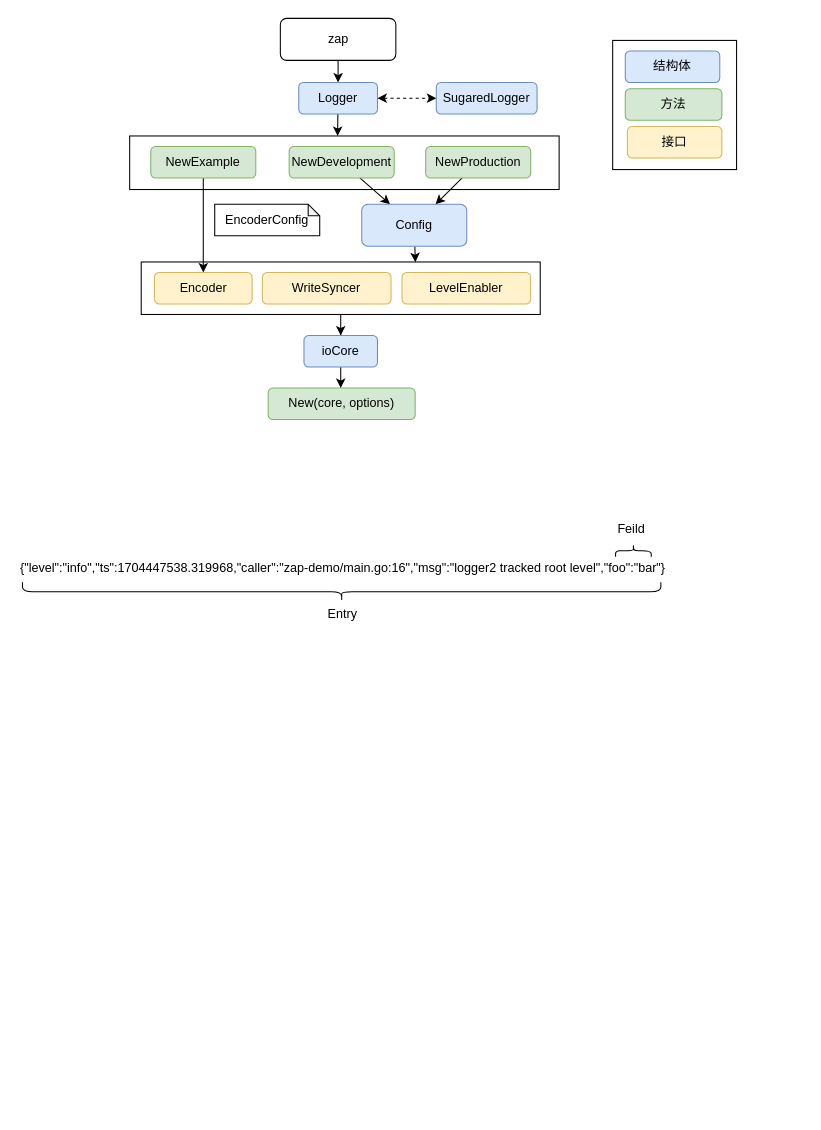
Above: zap.drawio in zhangfuli/draw.io (draw.io), before the change. Source tidied: cells renumbered, new cells numbered last; positions are measured from the earlier drawing's top-left corner, leaving out a move shared by most shapes. Both pictures are drawn from the tidied source at 105%, with x=0, y=0 at pixel (18, 18).
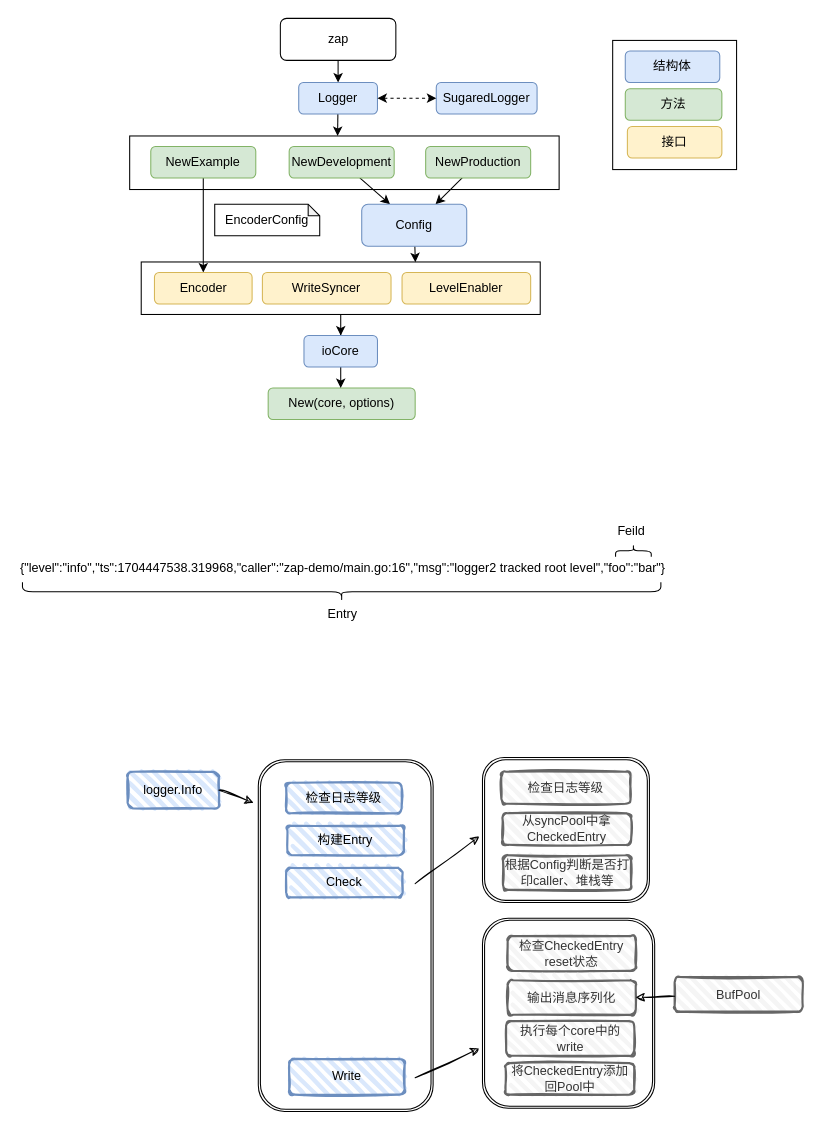
After the change.

Change to the diagram source:
```diff
@@
+    <mxCell id="35" style="shape=ext;double=1;rounded=1;whiteSpace=wrap;html=1;" parent="1" vertex="1">
+      <mxGeometry x="228.5" y="706" width="166.5" height="335" as="geometry" />
+    </mxCell>
+    <mxCell id="36" style="shape=ext;double=1;rounded=1;whiteSpace=wrap;html=1;" parent="1" vertex="1">
+      <mxGeometry x="442" y="857" width="164" height="181" as="geometry" />
+    </mxCell>
+    <mxCell id="37" style="shape=ext;double=1;rounded=1;whiteSpace=wrap;html=1;" parent="1" vertex="1">
+      <mxGeometry x="442" y="704" width="159" height="138" as="geometry" />
+    </mxCell>
@@
     <mxCell id="34" value="Feild" style="text;whiteSpace=wrap;" parent="1" vertex="1">
-      <mxGeometry x="568.7" y="473" width="34.1" height="27.1" as="geometry" />
+      <mxGeometry x="568.7" y="475" width="34.1" height="27.1" as="geometry" />
     </mxCell>
+    <mxCell id="38" value="logger.Info" style="rounded=1;whiteSpace=wrap;html=1;strokeWidth=2;fillWeight=4;hachureGap=8;hachureAngle=45;fillColor=#dae8fc;sketch=1;strokeColor=#6c8ebf;" parent="1" vertex="1">
+      <mxGeometry x="104" y="717.5" width="87" height="35" as="geometry" />
+    </mxCell>
+    <mxCell id="39" value="检查日志等级" style="rounded=1;whiteSpace=wrap;html=1;strokeWidth=2;fillWeight=4;hachureGap=8;hachureAngle=45;fillColor=#dae8fc;sketch=1;strokeColor=#6c8ebf;" parent="1" vertex="1">
+      <mxGeometry x="255" y="728" width="110" height="29" as="geometry" />
+    </mxCell>
+    <mxCell id="40" value="构建Entry" style="rounded=1;whiteSpace=wrap;html=1;strokeWidth=2;fillWeight=4;hachureGap=8;hachureAngle=45;fillColor=#dae8fc;sketch=1;strokeColor=#6c8ebf;" parent="1" vertex="1">
+      <mxGeometry x="256.2" y="769" width="111" height="28" as="geometry" />
+    </mxCell>
+    <mxCell id="41" value="Check" style="rounded=1;whiteSpace=wrap;html=1;strokeWidth=2;fillWeight=4;hachureGap=8;hachureAngle=45;fillColor=#dae8fc;sketch=1;strokeColor=#6c8ebf;" parent="1" vertex="1">
+      <mxGeometry x="255" y="809" width="111" height="28" as="geometry" />
+    </mxCell>
+    <mxCell id="42" value="Write" style="rounded=1;whiteSpace=wrap;html=1;strokeWidth=2;fillWeight=4;hachureGap=8;hachureAngle=45;fillColor=#dae8fc;sketch=1;strokeColor=#6c8ebf;" parent="1" vertex="1">
+      <mxGeometry x="257.9" y="991" width="110" height="34" as="geometry" />
+    </mxCell>
+    <mxCell id="43" value="检查日志等级" style="rounded=1;whiteSpace=wrap;html=1;strokeWidth=2;fillWeight=4;hachureGap=8;hachureAngle=45;fillColor=#f5f5f5;sketch=1;fontColor=#333333;strokeColor=#666666;" parent="1" vertex="1">
+      <mxGeometry x="460" y="717.5" width="123" height="30.5" as="geometry" />
+    </mxCell>
+    <mxCell id="44" value="从syncPool中拿CheckedEntry" style="rounded=1;whiteSpace=wrap;html=1;strokeWidth=2;fillWeight=4;hachureGap=8;hachureAngle=45;fillColor=#f5f5f5;sketch=1;fontColor=#333333;strokeColor=#666666;" parent="1" vertex="1">
+      <mxGeometry x="461" y="757" width="122.5" height="30" as="geometry" />
+    </mxCell>
+    <mxCell id="45" value="根据Config判断是否打印caller、堆栈等" style="rounded=1;whiteSpace=wrap;html=1;strokeWidth=2;fillWeight=4;hachureGap=8;hachureAngle=45;fillColor=#f5f5f5;sketch=1;fontColor=#333333;strokeColor=#666666;" parent="1" vertex="1">
+      <mxGeometry x="461.5" y="797" width="122" height="33" as="geometry" />
+    </mxCell>
+    <mxCell id="46" value="检查CheckedEntry reset状态" style="rounded=1;whiteSpace=wrap;html=1;strokeWidth=2;fillWeight=4;hachureGap=8;hachureAngle=45;fillColor=#f5f5f5;sketch=1;fontColor=#333333;strokeColor=#666666;" parent="1" vertex="1">
+      <mxGeometry x="466" y="874" width="122" height="33" as="geometry" />
+    </mxCell>
+    <mxCell id="47" value="执行每个core中的write" style="rounded=1;whiteSpace=wrap;html=1;strokeWidth=2;fillWeight=4;hachureGap=8;hachureAngle=45;fillColor=#f5f5f5;sketch=1;fontColor=#333333;strokeColor=#666666;" parent="1" vertex="1">
+      <mxGeometry x="464.5" y="955" width="122" height="33" as="geometry" />
+    </mxCell>
+    <mxCell id="48" style="endArrow=classic;html=1;rounded=0;sketch=1;curveFitting=1;jiggle=2;" parent="1" edge="1">
+      <mxGeometry relative="1" as="geometry">
+        <mxPoint x="377.9" y="824" as="sourcePoint" />
+        <mxPoint x="438.9" y="779" as="targetPoint" />
+      </mxGeometry>
+    </mxCell>
+    <mxCell id="49" value="输出消息序列化" style="rounded=1;whiteSpace=wrap;html=1;strokeWidth=2;fillWeight=4;hachureGap=8;hachureAngle=45;fillColor=#f5f5f5;sketch=1;fontColor=#333333;strokeColor=#666666;" parent="1" vertex="1">
+      <mxGeometry x="466" y="916" width="122" height="33" as="geometry" />
+    </mxCell>
+    <mxCell id="50" value="将CheckedEntry添加回Pool中" style="rounded=1;whiteSpace=wrap;html=1;strokeWidth=2;fillWeight=4;hachureGap=8;hachureAngle=45;fillColor=#f5f5f5;sketch=1;fontColor=#333333;strokeColor=#666666;" parent="1" vertex="1">
+      <mxGeometry x="464" y="995" width="122.5" height="30" as="geometry" />
+    </mxCell>
+    <mxCell id="51" value="BufPool" style="rounded=1;whiteSpace=wrap;html=1;strokeWidth=2;fillWeight=4;hachureGap=8;hachureAngle=45;fillColor=#f5f5f5;sketch=1;fontColor=#333333;strokeColor=#666666;" parent="1" vertex="1">
+      <mxGeometry x="625" y="913" width="122" height="33" as="geometry" />
+    </mxCell>
+    <mxCell id="52" style="endArrow=classic;html=1;rounded=0;sketch=1;curveFitting=1;jiggle=2;" parent="1" edge="1">
+      <mxGeometry relative="1" as="geometry">
+        <mxPoint x="377.9" y="1009" as="sourcePoint" />
+        <mxPoint x="438.9" y="981" as="targetPoint" />
+      </mxGeometry>
+    </mxCell>
+    <mxCell id="53" style="endArrow=classic;html=1;rounded=0;sketch=1;curveFitting=1;jiggle=2;entryX=1;entryY=0.5;entryDx=0;entryDy=0;" parent="1" edge="1" source="51" target="49">
+      <mxGeometry relative="1" as="geometry" />
+    </mxCell>
+    <mxCell id="54" style="endArrow=classic;html=1;rounded=0;sketch=1;curveFitting=1;jiggle=2;exitX=1;exitY=0.5;exitDx=0;exitDy=0;" parent="1" edge="1" source="38">
+      <mxGeometry relative="1" as="geometry">
+        <mxPoint x="224" y="747" as="targetPoint" />
+      </mxGeometry>
+    </mxCell>
```
